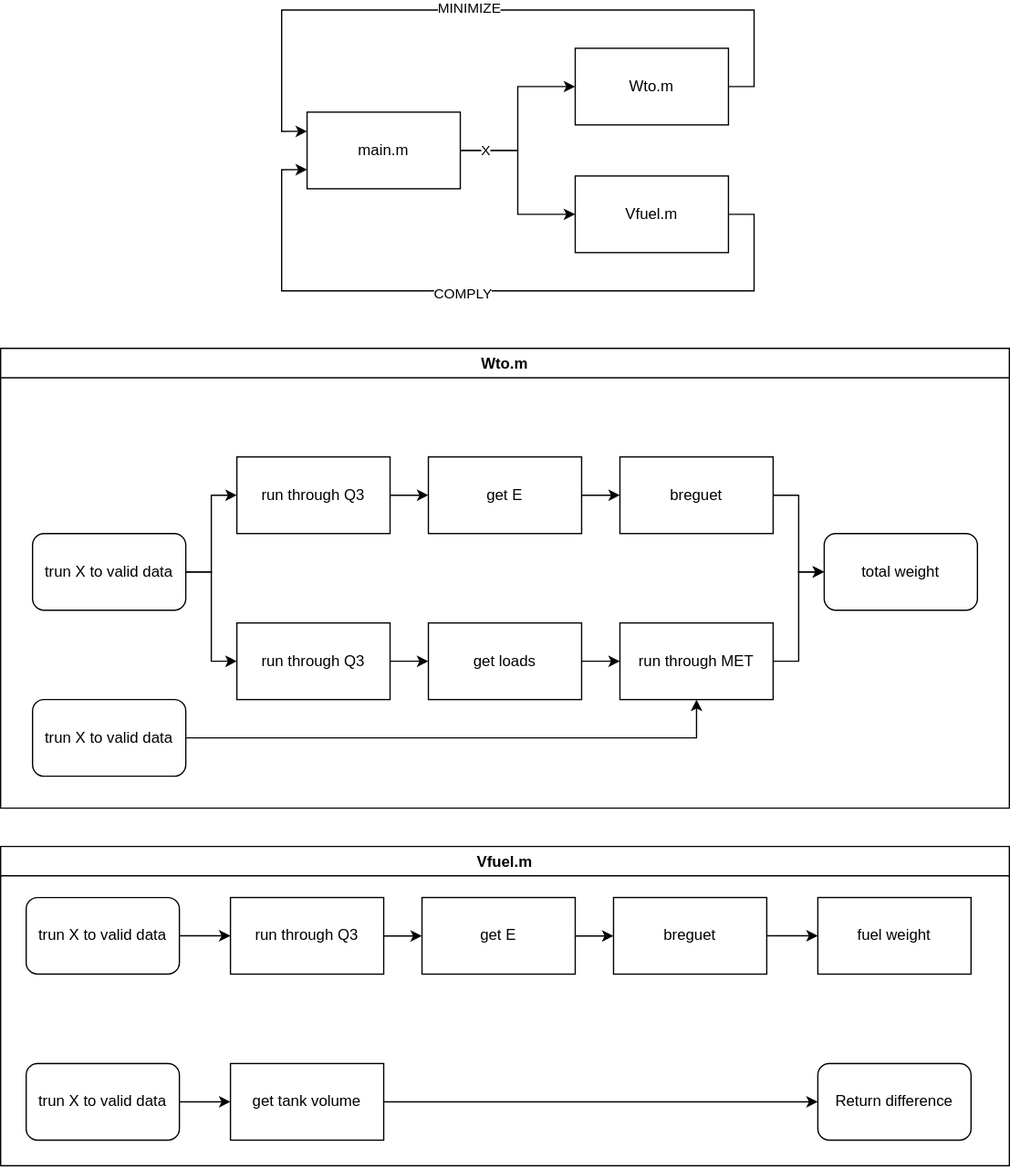
Before: Docs/MDO structure.drawio.svg, a diagram exported from draw.io (elemermelada/opti-wing). Source tidied: cells renumbered, new cells last; positions are measured from the earlier drawing's top-left corner, leaving out a move shared by most shapes.
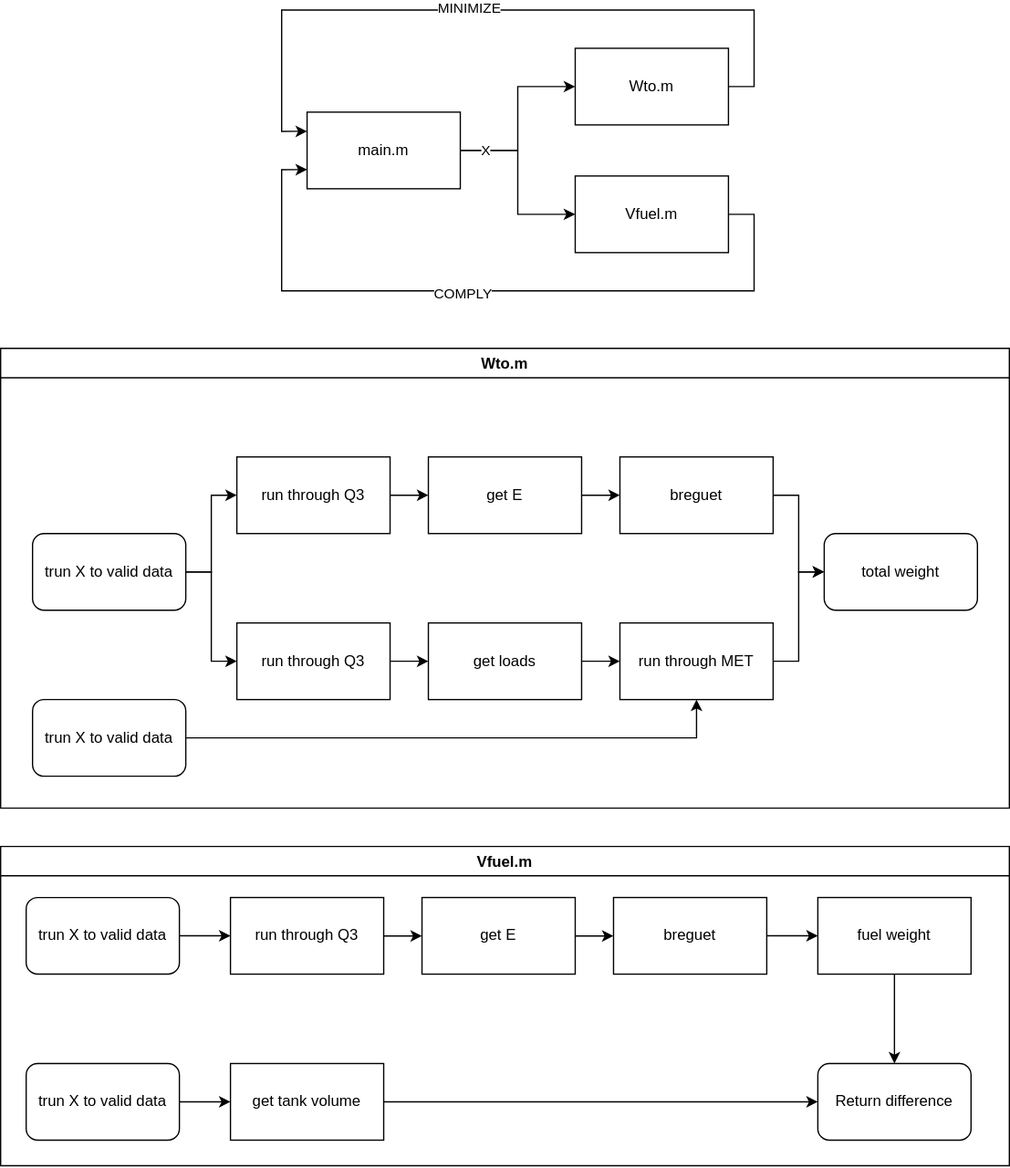
After the commit.

Diff of the diagram source:
```diff
@@ -132,6 +132,9 @@
     <mxCell id="39" style="edgeStyle=orthogonalEdgeStyle;rounded=0;jettySize=auto;html=1;startArrow=none;startFill=0;endArrow=classic;endFill=1;" parent="30" edge="1" source="36" target="38">
       <mxGeometry relative="1" as="geometry" />
     </mxCell>
+    <mxCell id="45" style="edgeStyle=orthogonalEdgeStyle;rounded=0;jettySize=auto;html=1;startArrow=none;startFill=0;endArrow=classic;endFill=1;" parent="30" edge="1" source="40" target="44">
+      <mxGeometry relative="1" as="geometry" />
+    </mxCell>
     <mxCell id="40" value="fuel weight" style="rounded=0;whiteSpace=wrap;html=1;" parent="30" vertex="1">
       <mxGeometry x="640" y="40" width="120" height="60" as="geometry" />
     </mxCell>
```
